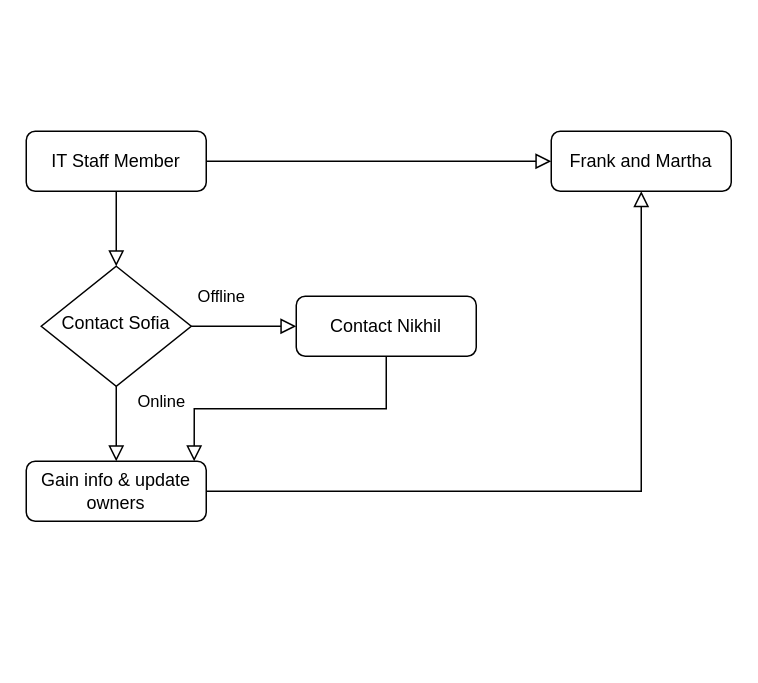
Above: Untitled Diagram.drawio in TechWiz-3/Network-Diagrams (draw.io), before the change. Source tidied: cells renumbered, new cells numbered last; positions are measured from the earlier drawing's top-left corner, leaving out a move shared by most shapes. Both pictures are drawn from the tidied source at 150%, with x=0, y=0 at pixel (26, 130). Pictures stored in the file or linked from it are replaced by grey dashed boxes.
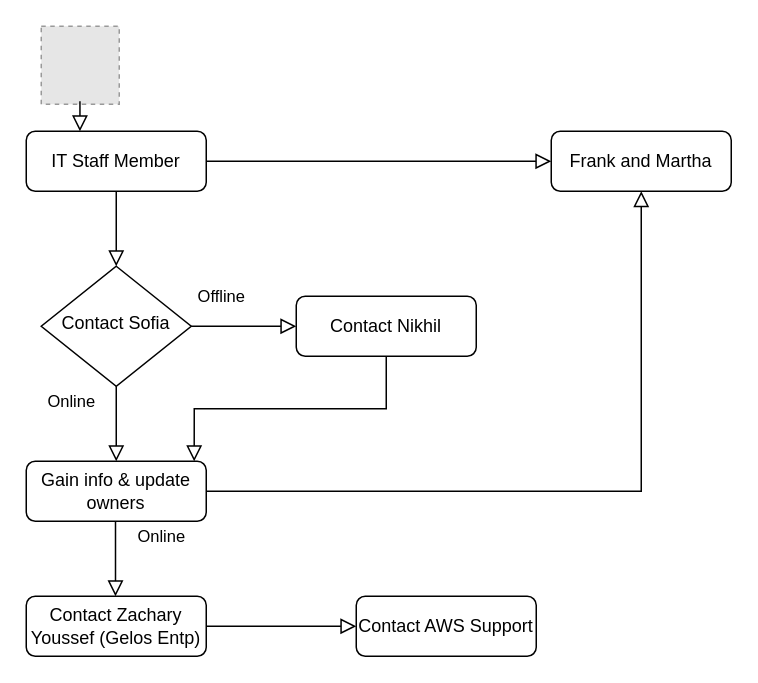
The same diagram, later.

Unchanged cells that the change refers to:
```xml
<mxCell id="6" value="Contact Sofia" style="rhombus;whiteSpace=wrap;html=1;shadow=0;fontFamily=Helvetica;fontSize=12;align=center;strokeWidth=1;spacing=6;spacingTop=-4;" parent="1" vertex="1">
  <mxGeometry x="10" y="90" width="100" height="80" as="geometry" />
</mxCell>
<mxCell id="11" value="Gain info &amp;amp; update owners" style="rounded=1;whiteSpace=wrap;html=1;fontSize=12;glass=0;strokeWidth=1;shadow=0;" parent="1" vertex="1">
  <mxGeometry y="220" width="120" height="40" as="geometry" />
</mxCell>
```

Diff of the diagram source:
```diff
@@
     <mxCell id="4" value="&lt;div&gt;Online&lt;/div&gt;" style="rounded=0;html=1;jettySize=auto;fontSize=11;endArrow=block;endFill=0;endSize=8;strokeWidth=1;shadow=0;labelBackgroundColor=none;edgeStyle=orthogonalEdgeStyle;entryX=0.5;entryY=0;entryDx=0;entryDy=0;" parent="1" edge="1" source="6" target="11">
-      <mxGeometry x="-0.6" y="30" relative="1" as="geometry" />
+      <mxGeometry x="-0.6" y="-30" relative="1" as="geometry" />
     </mxCell>
@@
+    <mxCell id="13" value="&lt;div&gt;Online&lt;/div&gt;" style="rounded=0;html=1;jettySize=auto;orthogonalLoop=1;fontSize=11;endArrow=block;endFill=0;endSize=8;strokeWidth=1;shadow=0;labelBackgroundColor=none;edgeStyle=orthogonalEdgeStyle;entryX=0.5;entryY=0;entryDx=0;entryDy=0;" parent="1" edge="1">
+      <mxGeometry x="-0.6" y="30" relative="1" as="geometry">
+        <mxPoint x="59.5" y="260" as="sourcePoint" />
+        <mxPoint x="59.5" y="310" as="targetPoint" />
+      </mxGeometry>
+    </mxCell>
+    <mxCell id="14" value="Contact Zachary Youssef (Gelos Entp)" style="rounded=1;whiteSpace=wrap;html=1;fontSize=12;glass=0;strokeWidth=1;shadow=0;" parent="1" vertex="1">
+      <mxGeometry y="310" width="120" height="40" as="geometry" />
+    </mxCell>
+    <mxCell id="15" style="fillColor=#E6E6E6;strokeColor=#999999;dashed=1;html=1;verticalAlign=top;verticalLabelPosition=bottom;labelBackgroundColor=#ffffff;" parent="1" vertex="1">
+      <mxGeometry x="10" y="-70" width="52" height="52" as="geometry" />
+    </mxCell>
+    <mxCell id="16" style="rounded=0;html=1;jettySize=auto;orthogonalLoop=1;fontSize=11;endArrow=block;endFill=0;endSize=8;strokeWidth=1;shadow=0;labelBackgroundColor=none;edgeStyle=orthogonalEdgeStyle;entryX=0.5;entryY=0;entryDx=0;entryDy=0;" parent="1" edge="1">
+      <mxGeometry x="-0.6" y="30" relative="1" as="geometry">
+        <mxPoint x="35.8" y="-20" as="sourcePoint" />
+        <mxPoint x="35.8" as="targetPoint" />
+      </mxGeometry>
+    </mxCell>
+    <mxCell id="17" value="Contact AWS Support" style="rounded=1;whiteSpace=wrap;html=1;fontSize=12;glass=0;strokeWidth=1;shadow=0;" parent="1" vertex="1">
+      <mxGeometry x="220" y="310" width="120" height="40" as="geometry" />
+    </mxCell>
+    <mxCell id="18" style="rounded=0;html=1;jettySize=auto;fontSize=11;endArrow=block;endFill=0;endSize=8;strokeWidth=1;shadow=0;labelBackgroundColor=none;edgeStyle=orthogonalEdgeStyle;entryX=0;entryY=0.5;entryDx=0;entryDy=0;exitX=1;exitY=0.5;exitDx=0;exitDy=0;" parent="1" edge="1" source="14" target="17">
+      <mxGeometry x="-0.6" y="30" relative="1" as="geometry" />
+    </mxCell>
```
